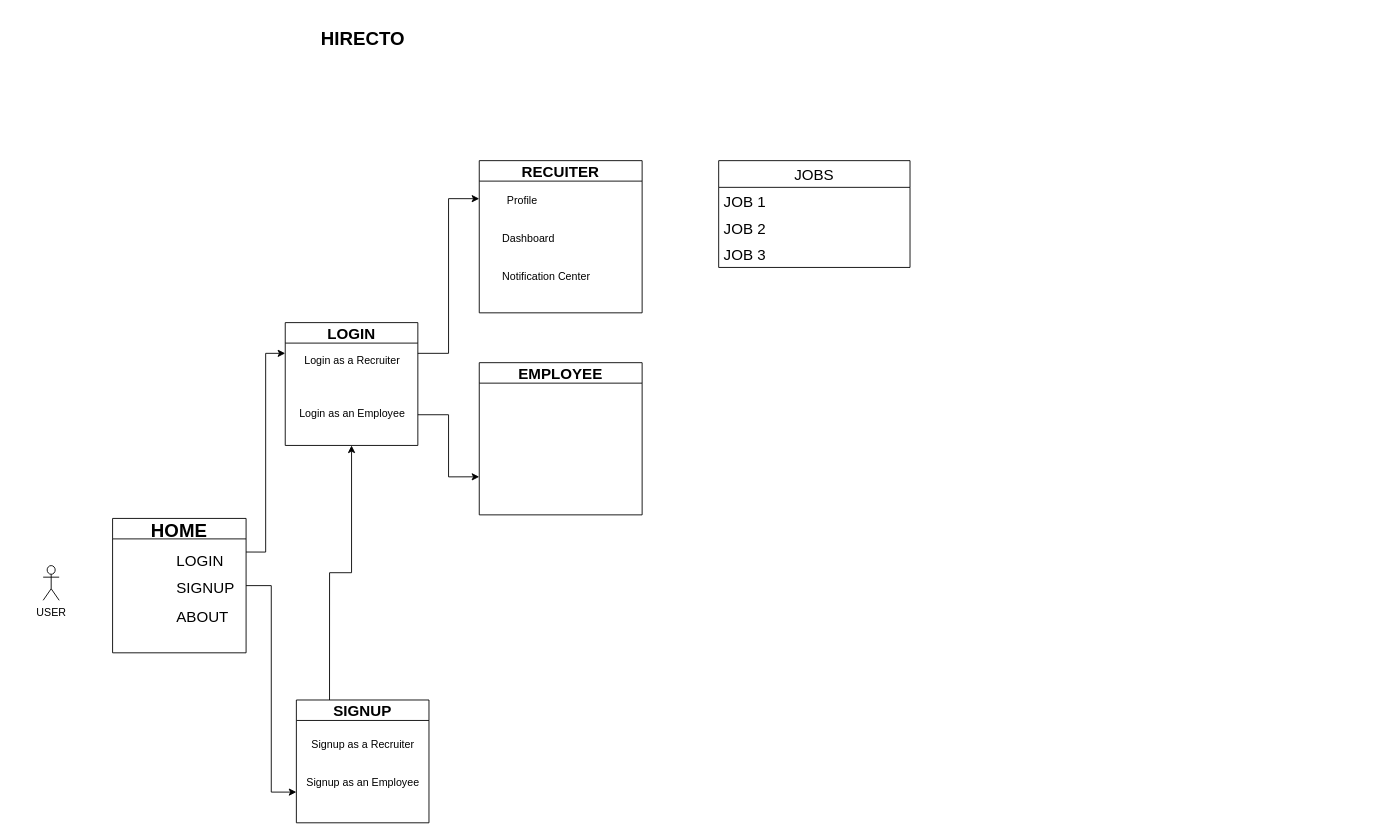
Above: Untitled Diagram.drawio in mr-optimizer/DrawIo (draw.io), before the change. Source tidied: cells renumbered, new cells numbered last; positions are measured from the earlier drawing's top-left corner, leaving out a move shared by most shapes. Both pictures are drawn from the tidied source at 89%, with x=0, y=0 at pixel (43, 21).
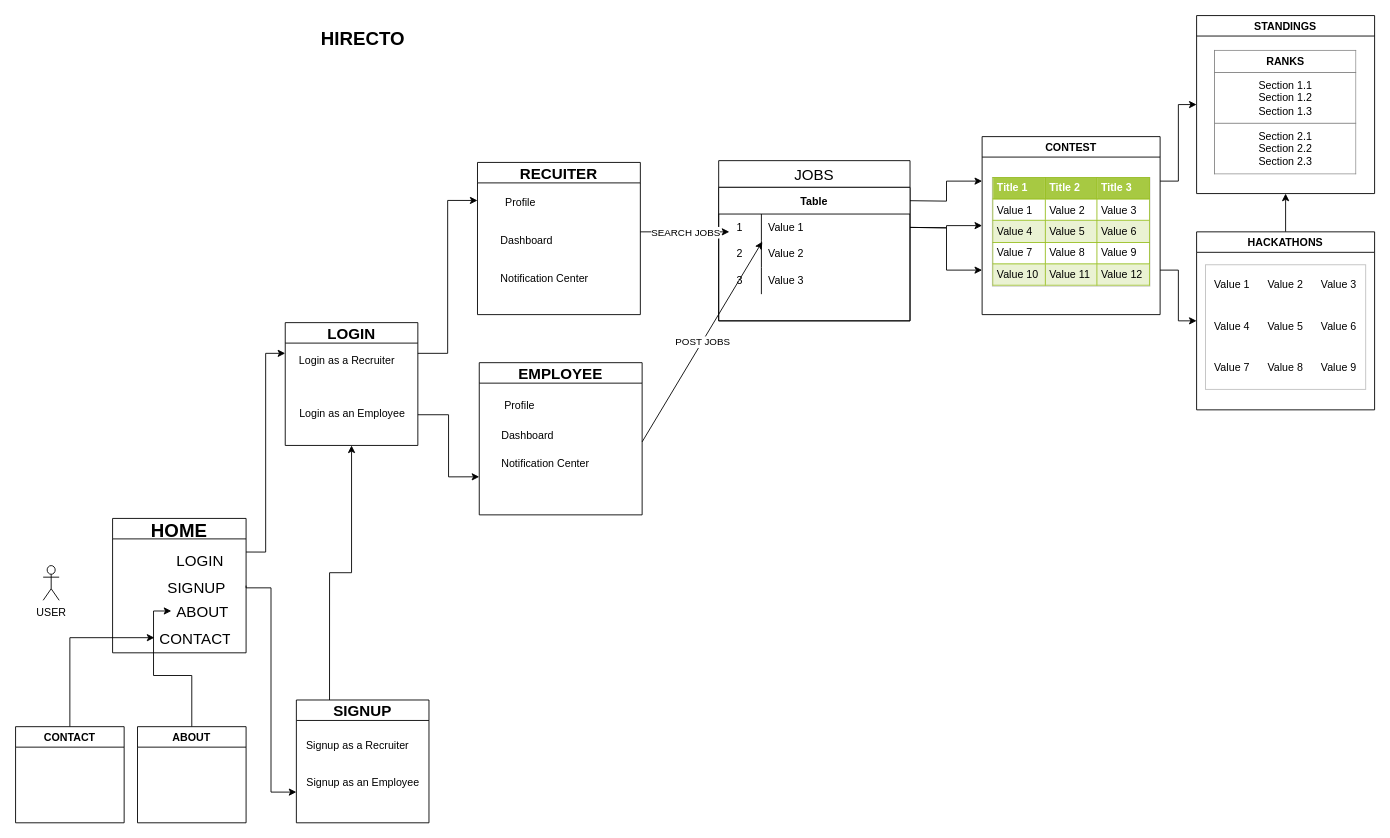
After the change.

The change refers to these unchanged cells:
```xml
<mxCell id="6" value="HOME" style="swimlane;fontSize=21;" parent="1" vertex="1">
  <mxGeometry x="78" y="558" width="150" height="151" as="geometry" />
</mxCell>
<mxCell id="12" value="LOGIN" style="swimlane;fontSize=17;" parent="1" vertex="1">
  <mxGeometry x="272" y="338" width="149" height="138" as="geometry" />
</mxCell>
<mxCell id="16" value="SIGNUP" style="swimlane;fontSize=17;" parent="1" vertex="1">
  <mxGeometry x="284.5" y="762" width="149" height="138" as="geometry" />
</mxCell>
<mxCell id="23" value="EMPLOYEE" style="swimlane;fontSize=17;" parent="1" vertex="1">
  <mxGeometry x="490" y="383" width="183" height="171" as="geometry" />
</mxCell>
```

The edit, as a diff of the source:
```diff
@@
     <mxCell id="5" style="edgeStyle=orthogonalEdgeStyle;rounded=0;jettySize=auto;html=1;exitX=1;exitY=0.5;exitDx=0;exitDy=0;entryX=0;entryY=0.75;entryDx=0;entryDy=0;" parent="1" edge="1" source="6" target="16">
-      <mxGeometry relative="1" as="geometry" />
+      <mxGeometry relative="1" as="geometry">
+        <Array as="points">
+          <mxPoint x="228" y="636" />
+          <mxPoint x="256" y="636" />
+          <mxPoint x="256" y="866" />
+        </Array>
+      </mxGeometry>
     </mxCell>
@@
     <mxCell id="8" value="SIGNUP" style="text;strokeColor=none;fillColor=none;align=left;verticalAlign=middle;spacingLeft=4;spacingRight=4;overflow=hidden;fontSize=17;" parent="6" vertex="1">
-      <mxGeometry x="66" y="62" width="80" height="30" as="geometry" />
+      <mxGeometry x="56" y="62" width="80" height="30" as="geometry" />
     </mxCell>
     <mxCell id="9" value="ABOUT" style="text;strokeColor=none;fillColor=none;align=left;verticalAlign=middle;spacingLeft=4;spacingRight=4;overflow=hidden;points=[[0,0.5],[1,0.5]];portConstraint=eastwest;fontSize=17;" parent="6" vertex="1">
-      <mxGeometry x="66" y="94" width="80" height="30" as="geometry" />
+      <mxGeometry x="66" y="89" width="80" height="30" as="geometry" />
     </mxCell>
+    <mxCell id="28" value="CONTACT" style="text;strokeColor=none;fillColor=none;align=left;verticalAlign=middle;spacingLeft=4;spacingRight=4;overflow=hidden;points=[[0,0.5],[1,0.5]];portConstraint=eastwest;fontSize=17;" parent="6" vertex="1">
+      <mxGeometry x="47" y="119" width="89" height="30" as="geometry" />
+    </mxCell>
@@
     <mxCell id="14" value="Login as a Recruiter" style="text;html=1;align=center;verticalAlign=middle;strokeColor=none;fillColor=none;" parent="12" vertex="1">
-      <mxGeometry x="12" y="30" width="125" height="26" as="geometry" />
+      <mxGeometry x="6" y="30" width="125" height="26" as="geometry" />
     </mxCell>
@@
     <mxCell id="17" value="Signup as a Recruiter" style="text;html=1;align=center;verticalAlign=middle;strokeColor=none;fillColor=none;" parent="16" vertex="1">
-      <mxGeometry x="8" y="37" width="133" height="26" as="geometry" />
+      <mxGeometry x="2" y="39" width="133" height="26" as="geometry" />
     </mxCell>
@@
     <mxCell id="19" value="RECUITER" style="swimlane;fontSize=17;" parent="1" vertex="1">
-      <mxGeometry x="490" y="156" width="183" height="171" as="geometry" />
+      <mxGeometry x="488" y="158" width="183" height="171" as="geometry" />
     </mxCell>
@@
+    <mxCell id="29" value="Dashboard" style="text;html=1;align=center;verticalAlign=middle;strokeColor=none;fillColor=none;" parent="23" vertex="1">
+      <mxGeometry x="15" y="69" width="77" height="26" as="geometry" />
+    </mxCell>
+    <mxCell id="30" value="Profile" style="text;html=1;align=center;verticalAlign=middle;strokeColor=none;fillColor=none;" parent="23" vertex="1">
+      <mxGeometry x="19" y="36" width="52" height="26" as="geometry" />
+    </mxCell>
+    <mxCell id="31" value="Notification Center" style="text;html=1;align=center;verticalAlign=middle;strokeColor=none;fillColor=none;" parent="23" vertex="1">
+      <mxGeometry x="15" y="101" width="117" height="26" as="geometry" />
+    </mxCell>
     <mxCell id="24" value="JOBS" style="swimlane;fontStyle=0;horizontal=1;startSize=30;fontSize=17;" parent="1" vertex="1">
-      <mxGeometry x="759" y="156" width="215" height="120" as="geometry" />
+      <mxGeometry x="759" y="156" width="215" height="180" as="geometry" />
     </mxCell>
-    <mxCell id="25" value="JOB 1" style="text;strokeColor=none;fillColor=none;align=left;verticalAlign=middle;spacingLeft=4;spacingRight=4;overflow=hidden;fontSize=17;" parent="24" vertex="1">
-      <mxGeometry y="30" width="215" height="30" as="geometry" />
-    </mxCell>
-    <mxCell id="26" value="JOB 2" style="text;strokeColor=none;fillColor=none;align=left;verticalAlign=middle;spacingLeft=4;spacingRight=4;overflow=hidden;fontSize=17;" parent="24" vertex="1">
-      <mxGeometry y="60" width="215" height="30" as="geometry" />
-    </mxCell>
-    <mxCell id="27" value="JOB 3" style="text;strokeColor=none;fillColor=none;align=left;verticalAlign=middle;spacingLeft=4;spacingRight=4;overflow=hidden;fontSize=17;" parent="24" vertex="1">
-      <mxGeometry y="90" width="215" height="30" as="geometry" />
-    </mxCell>
+    <mxCell id="32" value="Table" style="shape=table;startSize=30;childLayout=tableLayout;rowLines=0;fontStyle=1;" parent="24" vertex="1">
+      <mxGeometry y="30" width="215" height="150" as="geometry" />
+    </mxCell>
+    <mxCell id="33" style="shape=tableRow;horizontal=0;startSize=0;swimlaneHead=0;swimlaneBody=0;top=0;left=0;bottom=0;right=0;fillColor=none;" parent="32" vertex="1">
+      <mxGeometry y="30" width="215" height="30" as="geometry" />
+    </mxCell>
+    <mxCell id="34" value="1" style="shape=partialRectangle;html=1;whiteSpace=wrap;fillColor=none;top=0;left=0;bottom=0;right=0;overflow=hidden;" parent="33" vertex="1">
+      <mxGeometry width="48" height="30" as="geometry" />
+    </mxCell>
+    <mxCell id="35" value="Value 1" style="shape=partialRectangle;html=1;whiteSpace=wrap;fillColor=none;top=0;left=0;bottom=0;right=0;align=left;spacingLeft=6;overflow=hidden;" parent="33" vertex="1">
+      <mxGeometry x="48" width="167" height="30" as="geometry" />
+    </mxCell>
+    <mxCell id="36" style="shape=tableRow;horizontal=0;startSize=0;swimlaneHead=0;swimlaneBody=0;top=0;left=0;bottom=0;right=0;fillColor=none;" parent="32" vertex="1">
+      <mxGeometry y="60" width="215" height="30" as="geometry" />
+    </mxCell>
+    <mxCell id="37" value="2" style="shape=partialRectangle;html=1;whiteSpace=wrap;fillColor=none;top=0;left=0;bottom=0;right=0;overflow=hidden;" parent="36" vertex="1">
+      <mxGeometry width="48" height="30" as="geometry" />
+    </mxCell>
+    <mxCell id="38" value="Value 2" style="shape=partialRectangle;html=1;whiteSpace=wrap;fillColor=none;top=0;left=0;bottom=0;right=0;align=left;spacingLeft=6;overflow=hidden;" parent="36" vertex="1">
+      <mxGeometry x="48" width="167" height="30" as="geometry" />
+    </mxCell>
+    <mxCell id="39" style="shape=tableRow;horizontal=0;startSize=0;swimlaneHead=0;swimlaneBody=0;top=0;left=0;bottom=0;right=0;fillColor=none;" parent="32" vertex="1">
+      <mxGeometry y="90" width="215" height="30" as="geometry" />
+    </mxCell>
+    <mxCell id="40" value="3" style="shape=partialRectangle;html=1;whiteSpace=wrap;fillColor=none;top=0;left=0;bottom=0;right=0;overflow=hidden;" parent="39" vertex="1">
+      <mxGeometry width="48" height="30" as="geometry" />
+    </mxCell>
+    <mxCell id="41" value="Value 3" style="shape=partialRectangle;html=1;whiteSpace=wrap;fillColor=none;top=0;left=0;bottom=0;right=0;align=left;spacingLeft=6;overflow=hidden;" parent="39" vertex="1">
+      <mxGeometry x="48" width="167" height="30" as="geometry" />
+    </mxCell>
+    <mxCell id="42" style="edgeStyle=orthogonalEdgeStyle;rounded=0;jettySize=auto;html=1;exitX=1;exitY=0.25;exitDx=0;exitDy=0;entryX=0;entryY=0.5;entryDx=0;entryDy=0;" parent="1" edge="1" source="44" target="49">
+      <mxGeometry relative="1" as="geometry" />
+    </mxCell>
+    <mxCell id="43" style="edgeStyle=orthogonalEdgeStyle;rounded=0;jettySize=auto;html=1;exitX=1;exitY=0.75;exitDx=0;exitDy=0;entryX=0;entryY=0.5;entryDx=0;entryDy=0;" parent="1" edge="1" source="44" target="52">
+      <mxGeometry relative="1" as="geometry" />
+    </mxCell>
+    <mxCell id="44" value="CONTEST" style="swimlane;" parent="1" vertex="1">
+      <mxGeometry x="1055" y="129" width="200" height="200" as="geometry" />
+    </mxCell>
+    <mxCell id="45" value="&lt;table border=&quot;1&quot; width=&quot;100%&quot; height=&quot;100%&quot; cellpadding=&quot;4&quot; style=&quot;width:100%;height:100%;border-collapse:collapse;&quot;&gt;&lt;tr style=&quot;background-color:#A7C942;color:#ffffff;border:1px solid #98bf21;&quot;&gt;&lt;th align=&quot;left&quot;&gt;Title 1&lt;/th&gt;&lt;th align=&quot;left&quot;&gt;Title 2&lt;/th&gt;&lt;th align=&quot;left&quot;&gt;Title 3&lt;/th&gt;&lt;/tr&gt;&lt;tr style=&quot;border:1px solid #98bf21;&quot;&gt;&lt;td&gt;Value 1&lt;/td&gt;&lt;td&gt;Value 2&lt;/td&gt;&lt;td&gt;Value 3&lt;/td&gt;&lt;/tr&gt;&lt;tr style=&quot;background-color:#EAF2D3;border:1px solid #98bf21;&quot;&gt;&lt;td&gt;Value 4&lt;/td&gt;&lt;td&gt;Value 5&lt;/td&gt;&lt;td&gt;Value 6&lt;/td&gt;&lt;/tr&gt;&lt;tr style=&quot;border:1px solid #98bf21;&quot;&gt;&lt;td&gt;Value 7&lt;/td&gt;&lt;td&gt;Value 8&lt;/td&gt;&lt;td&gt;Value 9&lt;/td&gt;&lt;/tr&gt;&lt;tr style=&quot;background-color:#EAF2D3;border:1px solid #98bf21;&quot;&gt;&lt;td&gt;Value 10&lt;/td&gt;&lt;td&gt;Value 11&lt;/td&gt;&lt;td&gt;Value 12&lt;/td&gt;&lt;/tr&gt;&lt;/table&gt;" style="text;html=1;strokeColor=#c0c0c0;fillColor=#ffffff;overflow=fill;rounded=0;" parent="44" vertex="1">
+      <mxGeometry x="11.5" y="46" width="177" height="122" as="geometry" />
+    </mxCell>
+    <mxCell id="46" style="edgeStyle=orthogonalEdgeStyle;rounded=0;jettySize=auto;html=1;exitX=1;exitY=0.5;exitDx=0;exitDy=0;entryX=0;entryY=0.25;entryDx=0;entryDy=0;" parent="1" edge="1" target="44">
+      <mxGeometry relative="1" as="geometry">
+        <mxPoint x="974" y="201" as="sourcePoint" />
+      </mxGeometry>
+    </mxCell>
+    <mxCell id="47" style="edgeStyle=orthogonalEdgeStyle;rounded=0;jettySize=auto;html=1;exitX=1;exitY=0.5;exitDx=0;exitDy=0;entryX=0;entryY=0.5;entryDx=0;entryDy=0;" parent="1" edge="1" target="44">
+      <mxGeometry relative="1" as="geometry">
+        <mxPoint x="974" y="231" as="sourcePoint" />
+      </mxGeometry>
+    </mxCell>
+    <mxCell id="48" style="edgeStyle=orthogonalEdgeStyle;rounded=0;jettySize=auto;html=1;exitX=1;exitY=0.5;exitDx=0;exitDy=0;entryX=0;entryY=0.75;entryDx=0;entryDy=0;" parent="1" edge="1" target="44">
+      <mxGeometry relative="1" as="geometry">
+        <mxPoint x="974" y="231" as="sourcePoint" />
+      </mxGeometry>
+    </mxCell>
+    <mxCell id="49" value="STANDINGS" style="swimlane;" parent="1" vertex="1">
+      <mxGeometry x="1296" y="-7" width="200" height="200" as="geometry" />
+    </mxCell>
+    <mxCell id="50" value="&lt;table border=&quot;1&quot; width=&quot;100%&quot; height=&quot;100%&quot; cellpadding=&quot;4&quot; style=&quot;width:100%;height:100%;border-collapse:collapse;&quot;&gt;&lt;tbody&gt;&lt;tr&gt;&lt;th align=&quot;center&quot;&gt;RANKS&lt;/th&gt;&lt;/tr&gt;&lt;tr&gt;&lt;td align=&quot;center&quot;&gt;Section 1.1&lt;br&gt;Section 1.2&lt;br&gt;Section 1.3&lt;/td&gt;&lt;/tr&gt;&lt;tr&gt;&lt;td align=&quot;center&quot;&gt;Section 2.1&lt;br&gt;Section 2.2&lt;br&gt;Section 2.3&lt;/td&gt;&lt;/tr&gt;&lt;/tbody&gt;&lt;/table&gt;" style="text;html=1;strokeColor=none;fillColor=none;overflow=fill;" parent="49" vertex="1">
+      <mxGeometry x="20" y="39" width="160" height="140" as="geometry" />
+    </mxCell>
+    <mxCell id="51" style="edgeStyle=orthogonalEdgeStyle;rounded=0;jettySize=auto;html=1;exitX=0.5;exitY=0;exitDx=0;exitDy=0;entryX=0.5;entryY=1;entryDx=0;entryDy=0;" parent="1" edge="1" source="52" target="49">
+      <mxGeometry relative="1" as="geometry" />
+    </mxCell>
+    <mxCell id="52" value="HACKATHONS" style="swimlane;" parent="1" vertex="1">
+      <mxGeometry x="1296" y="236" width="200" height="200" as="geometry" />
+    </mxCell>
+    <mxCell id="53" value="&lt;table border=&quot;0&quot; width=&quot;100%&quot; height=&quot;100%&quot; style=&quot;width:100%;height:100%;border-collapse:collapse;&quot;&gt;&lt;tr&gt;&lt;td align=&quot;center&quot;&gt;Value 1&lt;/td&gt;&lt;td align=&quot;center&quot;&gt;Value 2&lt;/td&gt;&lt;td align=&quot;center&quot;&gt;Value 3&lt;/td&gt;&lt;/tr&gt;&lt;tr&gt;&lt;td align=&quot;center&quot;&gt;Value 4&lt;/td&gt;&lt;td align=&quot;center&quot;&gt;Value 5&lt;/td&gt;&lt;td align=&quot;center&quot;&gt;Value 6&lt;/td&gt;&lt;/tr&gt;&lt;tr&gt;&lt;td align=&quot;center&quot;&gt;Value 7&lt;/td&gt;&lt;td align=&quot;center&quot;&gt;Value 8&lt;/td&gt;&lt;td align=&quot;center&quot;&gt;Value 9&lt;/td&gt;&lt;/tr&gt;&lt;/table&gt;" style="text;html=1;strokeColor=#c0c0c0;fillColor=none;overflow=fill;" parent="52" vertex="1">
+      <mxGeometry x="10" y="37" width="180" height="140" as="geometry" />
+    </mxCell>
+    <mxCell id="54" style="edgeStyle=orthogonalEdgeStyle;rounded=0;jettySize=auto;html=1;entryX=0;entryY=0.5;entryDx=0;entryDy=0;" parent="1" edge="1" source="55" target="9">
+      <mxGeometry relative="1" as="geometry" />
+    </mxCell>
+    <mxCell id="55" value="ABOUT" style="swimlane;" parent="1" vertex="1">
+      <mxGeometry x="106" y="792" width="122" height="108" as="geometry" />
+    </mxCell>
+    <mxCell id="56" style="edgeStyle=orthogonalEdgeStyle;rounded=0;jettySize=auto;html=1;exitX=0.5;exitY=0;exitDx=0;exitDy=0;" parent="1" edge="1" source="57" target="28">
+      <mxGeometry relative="1" as="geometry" />
+    </mxCell>
+    <mxCell id="57" value="CONTACT" style="swimlane;" parent="1" vertex="1">
+      <mxGeometry x="-31" y="792" width="122" height="108" as="geometry" />
+    </mxCell>
+    <mxCell id="58" style="endArrow=classic;html=1;rounded=0;entryX=0.228;entryY=1.033;entryDx=0;entryDy=0;entryPerimeter=0;" parent="1" edge="1">
+      <mxGeometry relative="1" as="geometry">
+        <mxPoint x="673" y="472" as="sourcePoint" />
+        <mxPoint x="808" y="247" as="targetPoint" />
+      </mxGeometry>
+    </mxCell>
+    <mxCell id="59" value="POST JOBS" style="edgeLabel;html=1;align=center;verticalAlign=middle;" parent="58" vertex="1">
+      <mxGeometry relative="1" as="geometry" />
+    </mxCell>
+    <mxCell id="60" style="endArrow=classic;html=1;rounded=0;" parent="1" edge="1">
+      <mxGeometry relative="1" as="geometry">
+        <mxPoint x="671" y="236" as="sourcePoint" />
+        <mxPoint x="771" y="236" as="targetPoint" />
+      </mxGeometry>
+    </mxCell>
+    <mxCell id="61" value="SEARCH JOBS" style="edgeLabel;html=1;align=center;verticalAlign=middle;" parent="60" vertex="1">
+      <mxGeometry relative="1" as="geometry" />
+    </mxCell>
```
